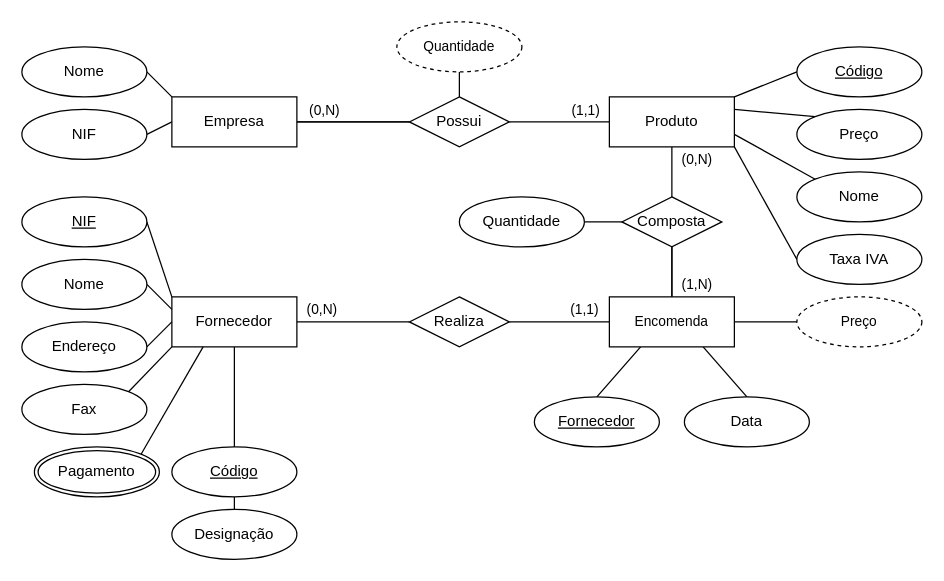
This is page "2.1" (1 of 2) of P/P02/P2.drawio from RafaelCurado/BD-1, a draw.io file, before an edit. Source tidied: cells renumbered, new cells numbered last; positions are measured from the earlier drawing's top-left corner, leaving out a move shared by most shapes. Both pictures are drawn from the tidied source at 125%, with x=0, y=0 at pixel (21, 21).
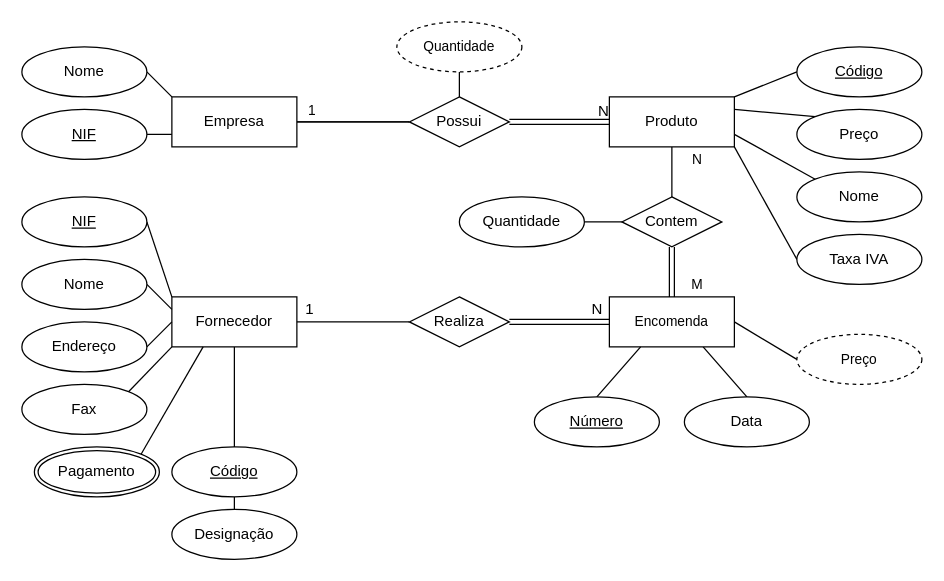
The same page after the edit.

The change refers to these unchanged cells:
```xml
<mxCell id="3" value="Produto" style="rounded=0;whiteSpace=wrap;html=1;" parent="1" vertex="1">
  <mxGeometry x="470" y="60" width="100" height="40" as="geometry" />
</mxCell>
<mxCell id="31" style="edgeStyle=none;rounded=0;jettySize=auto;html=1;exitX=1;exitY=0.5;exitDx=0;exitDy=0;entryX=0;entryY=0.5;entryDx=0;entryDy=0;endArrow=none;endFill=0;" parent="1" edge="1" source="34" target="41">
  <mxGeometry relative="1" as="geometry" />
</mxCell>
<mxCell id="34" value="Empresa" style="whiteSpace=wrap;html=1;align=center;" parent="1" vertex="1">
  <mxGeometry x="120" y="60" width="100" height="40" as="geometry" />
</mxCell>
<mxCell id="41" value="Possui" style="shape=rhombus;perimeter=rhombusPerimeter;whiteSpace=wrap;html=1;align=center;" parent="1" vertex="1">
  <mxGeometry x="310" y="60" width="80" height="40" as="geometry" />
</mxCell>
<mxCell id="48" value="Realiza" style="shape=rhombus;perimeter=rhombusPerimeter;whiteSpace=wrap;html=1;align=center;" parent="1" vertex="1">
  <mxGeometry x="310" y="220" width="80" height="40" as="geometry" />
</mxCell>
<mxCell id="57" value="Encomenda" style="whiteSpace=wrap;html=1;align=center;fontSize=11;" parent="1" vertex="1">
  <mxGeometry x="470" y="220" width="100" height="40" as="geometry" />
</mxCell>
```

Change to the diagram source:
```diff
@@
-    <mxCell id="12" style="edgeStyle=none;rounded=0;jettySize=auto;html=1;exitX=0.5;exitY=0;exitDx=0;exitDy=0;entryX=0.25;entryY=1;entryDx=0;entryDy=0;endArrow=none;endFill=0;" parent="1" edge="1" source="13" target="57">
-      <mxGeometry relative="1" as="geometry" />
-    </mxCell>
-    <mxCell id="13" value="&lt;u&gt;Fornecedor&lt;/u&gt;" style="ellipse;whiteSpace=wrap;html=1;" parent="1" vertex="1">
-      <mxGeometry x="410" y="300" width="100" height="40" as="geometry" />
-    </mxCell>
@@
-    <mxCell id="32" value="(0,N)" style="edgeLabel;html=1;align=center;verticalAlign=middle;" parent="31" vertex="1">
+    <mxCell id="32" value="1" style="edgeLabel;html=1;align=center;verticalAlign=middle;" parent="31" vertex="1">
       <mxGeometry x="-0.5" y="-2" relative="1" as="geometry">
-        <mxPoint x="-2" y="-12" as="offset" />
+        <mxPoint x="-12" y="-12" as="offset" />
       </mxGeometry>
     </mxCell>
@@
-    <mxCell id="37" style="edgeStyle=none;rounded=0;jettySize=auto;html=1;exitX=1;exitY=0.5;exitDx=0;exitDy=0;entryX=0;entryY=0.5;entryDx=0;entryDy=0;endArrow=none;endFill=0;" parent="1" edge="1" source="38" target="34">
+    <mxCell id="37" style="edgeStyle=none;rounded=0;jettySize=auto;html=1;exitX=1;exitY=0.5;exitDx=0;exitDy=0;entryX=0;entryY=0.75;entryDx=0;entryDy=0;endArrow=none;endFill=0;" parent="1" edge="1" source="38" target="34">
       <mxGeometry relative="1" as="geometry" />
     </mxCell>
-    <mxCell id="38" value="NIF" style="ellipse;whiteSpace=wrap;html=1;align=center;" parent="1" vertex="1">
+    <mxCell id="38" value="&lt;u&gt;NIF&lt;/u&gt;" style="ellipse;whiteSpace=wrap;html=1;align=center;" parent="1" vertex="1">
       <mxGeometry y="70" width="100" height="40" as="geometry" />
     </mxCell>
-    <mxCell id="39" style="edgeStyle=none;rounded=0;jettySize=auto;html=1;exitX=1;exitY=0.5;exitDx=0;exitDy=0;entryX=0;entryY=0.5;entryDx=0;entryDy=0;endArrow=none;endFill=0;" parent="1" edge="1" source="41" target="3">
-      <mxGeometry relative="1" as="geometry" />
-    </mxCell>
-    <mxCell id="40" value="(1,1)" style="edgeLabel;html=1;align=center;verticalAlign=middle;" parent="39" vertex="1">
-      <mxGeometry x="0.23" y="1" relative="1" as="geometry">
-        <mxPoint x="11" y="-9" as="offset" />
-      </mxGeometry>
-    </mxCell>
@@
-    <mxCell id="43" value="Composta" style="shape=rhombus;perimeter=rhombusPerimeter;whiteSpace=wrap;html=1;align=center;" parent="1" vertex="1">
+    <mxCell id="43" value="Contem" style="shape=rhombus;perimeter=rhombusPerimeter;whiteSpace=wrap;html=1;align=center;" parent="1" vertex="1">
       <mxGeometry x="480" y="140" width="80" height="40" as="geometry" />
     </mxCell>
@@
-    <mxCell id="46" style="edgeStyle=none;rounded=0;jettySize=auto;html=1;exitX=1;exitY=0.5;exitDx=0;exitDy=0;endArrow=none;endFill=0;entryX=0;entryY=0.5;entryDx=0;entryDy=0;" parent="1" edge="1" source="48" target="57">
-      <mxGeometry relative="1" as="geometry" />
-    </mxCell>
@@
-    <mxCell id="49" value="&lt;font style=&quot;font-size: 11px&quot;&gt;(1,1)&lt;/font&gt;" style="text;html=1;align=center;verticalAlign=middle;strokeColor=none;fillColor=none;" parent="1" vertex="1">
-      <mxGeometry x="430" y="220" width="40" height="20" as="geometry" />
-    </mxCell>
-    <mxCell id="50" value="(0,N)" style="text;html=1;align=center;verticalAlign=middle;strokeColor=none;fillColor=none;fontSize=11;" parent="1" vertex="1">
-      <mxGeometry x="220" y="220" width="40" height="20" as="geometry" />
-    </mxCell>
@@
-    <mxCell id="52" style="edgeStyle=none;rounded=0;jettySize=auto;html=1;fontSize=11;endArrow=none;endFill=0;exitX=0.5;exitY=0;exitDx=0;exitDy=0;" parent="1" edge="1" target="43">
-      <mxGeometry relative="1" as="geometry">
-        <mxPoint x="520" y="220" as="sourcePoint" />
-      </mxGeometry>
-    </mxCell>
     <mxCell id="53" value="Preço" style="ellipse;whiteSpace=wrap;html=1;align=center;dashed=1;fontSize=11;" parent="1" vertex="1">
-      <mxGeometry x="620" y="220" width="100" height="40" as="geometry" />
+      <mxGeometry x="620" y="250" width="100" height="40" as="geometry" />
     </mxCell>
-    <mxCell id="54" style="edgeStyle=none;rounded=0;jettySize=auto;html=1;exitX=0.5;exitY=1;exitDx=0;exitDy=0;entryX=0.5;entryY=0;entryDx=0;entryDy=0;endArrow=none;endFill=0;" parent="1" edge="1" source="43" target="57">
-      <mxGeometry relative="1" as="geometry" />
-    </mxCell>
@@
-    <mxCell id="58" value="(1,N)" style="text;html=1;align=center;verticalAlign=middle;strokeColor=none;fillColor=none;fontSize=11;" parent="1" vertex="1">
-      <mxGeometry x="520" y="200" width="40" height="20" as="geometry" />
+    <mxCell id="58" value="M" style="text;html=1;align=center;verticalAlign=middle;strokeColor=none;fillColor=none;fontSize=11;" parent="1" vertex="1">
+      <mxGeometry x="530" y="200" width="20" height="20" as="geometry" />
     </mxCell>
-    <mxCell id="59" value="(0,N)" style="text;html=1;align=center;verticalAlign=middle;strokeColor=none;fillColor=none;fontSize=11;" parent="1" vertex="1">
-      <mxGeometry x="520" y="100" width="40" height="20" as="geometry" />
+    <mxCell id="59" value="N" style="text;html=1;align=center;verticalAlign=middle;strokeColor=none;fillColor=none;fontSize=11;" parent="1" vertex="1">
+      <mxGeometry x="530" y="100" width="20" height="20" as="geometry" />
     </mxCell>
+    <mxCell id="39" style="shape=link;html=1;rounded=0;entryX=0;entryY=0.5;entryDx=0;entryDy=0;exitX=1;exitY=0.5;exitDx=0;exitDy=0;" parent="1" edge="1" source="41" target="3">
+      <mxGeometry relative="1" as="geometry" />
+    </mxCell>
+    <mxCell id="60" value="N" style="html=1;align=right;verticalAlign=bottom;" parent="39" vertex="1">
+      <mxGeometry x="1" relative="1" as="geometry" />
+    </mxCell>
+    <mxCell id="61" value="N" style="text;html=1;align=center;verticalAlign=middle;strokeColor=none;fillColor=none;" parent="1" vertex="1">
+      <mxGeometry x="450" y="220" width="20" height="20" as="geometry" />
+    </mxCell>
+    <mxCell id="62" value="1" style="text;html=1;align=center;verticalAlign=middle;strokeColor=none;fillColor=none;" parent="1" vertex="1">
+      <mxGeometry x="220" y="220" width="20" height="20" as="geometry" />
+    </mxCell>
+    <mxCell id="54" style="shape=link;html=1;rounded=0;entryX=0.5;entryY=0;entryDx=0;entryDy=0;exitX=0.5;exitY=1;exitDx=0;exitDy=0;" parent="1" edge="1" source="43" target="57">
+      <mxGeometry relative="1" as="geometry" />
+    </mxCell>
+    <mxCell id="46" style="shape=link;html=1;rounded=0;exitX=1;exitY=0.5;exitDx=0;exitDy=0;entryX=0;entryY=0.5;entryDx=0;entryDy=0;" parent="1" edge="1" source="48" target="57">
+      <mxGeometry relative="1" as="geometry" />
+    </mxCell>
+    <mxCell id="63" style="rounded=0;jettySize=auto;html=1;exitX=0.5;exitY=0;exitDx=0;exitDy=0;entryX=0.25;entryY=1;entryDx=0;entryDy=0;endArrow=none;endFill=0;" parent="1" edge="1" source="64" target="57">
+      <mxGeometry relative="1" as="geometry" />
+    </mxCell>
+    <mxCell id="64" value="&lt;u&gt;Número&lt;/u&gt;" style="ellipse;whiteSpace=wrap;html=1;" parent="1" vertex="1">
+      <mxGeometry x="410" y="300" width="100" height="40" as="geometry" />
+    </mxCell>
```
